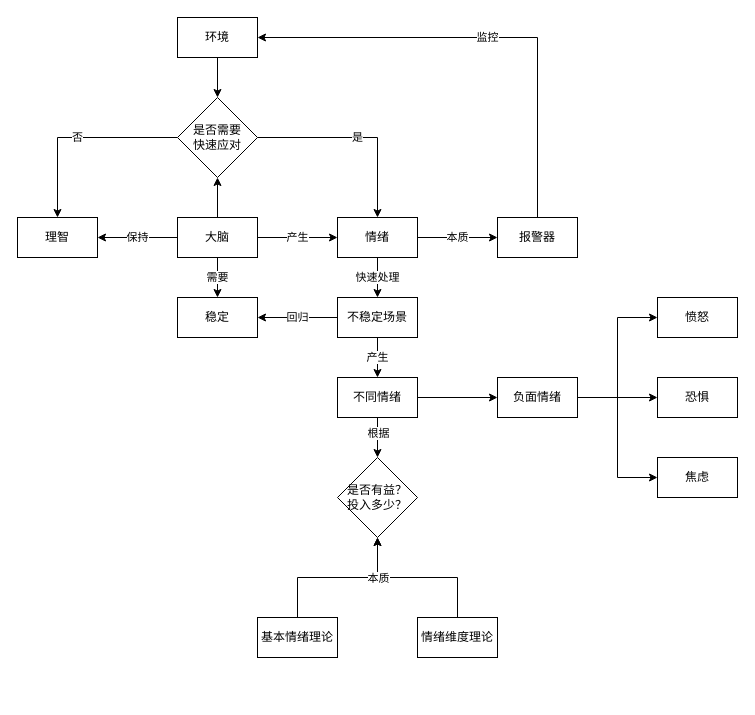
Above: 掌控情绪.drawio in youyusan/open_mind (draw.io), before the change. Source tidied: cells renumbered, new cells numbered last; positions are measured from the earlier drawing's top-left corner, leaving out a move shared by most shapes. Both pictures are drawn from the tidied source at 100%, with x=0, y=0 at pixel (17, 17).
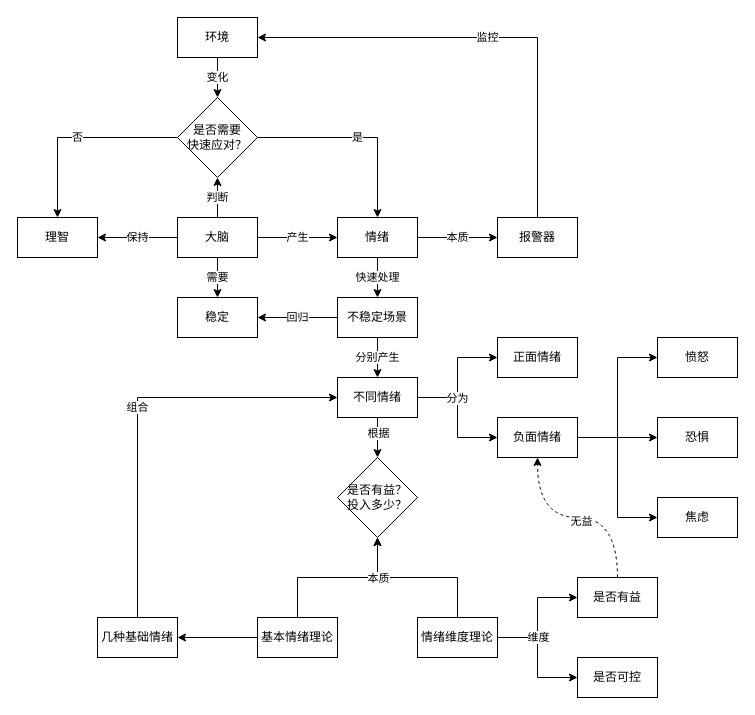
After the change.

Commit message (it also covers changes not shown here):
更新掌控情绪.drawio

The change refers to these unchanged cells:
```xml
<mxCell id="3" value="环境" style="rounded=0;whiteSpace=wrap;html=1;" parent="1" vertex="1">
  <mxGeometry x="160" width="80" height="40" as="geometry" />
</mxCell>
<mxCell id="9" value="大脑" style="rounded=0;whiteSpace=wrap;html=1;" parent="1" vertex="1">
  <mxGeometry x="160" y="200" width="80" height="40" as="geometry" />
</mxCell>
<mxCell id="20" value="不稳定场景" style="rounded=0;whiteSpace=wrap;html=1;" parent="1" vertex="1">
  <mxGeometry x="320" y="280" width="80" height="40" as="geometry" />
</mxCell>
<mxCell id="23" value="基本情绪理论" style="rounded=0;whiteSpace=wrap;html=1;" parent="1" vertex="1">
  <mxGeometry x="240" y="600" width="80" height="40" as="geometry" />
</mxCell>
<mxCell id="26" value="情绪维度理论" style="rounded=0;whiteSpace=wrap;html=1;" parent="1" vertex="1">
  <mxGeometry x="400" y="600" width="80" height="40" as="geometry" />
</mxCell>
<mxCell id="31" value="不同情绪" style="rounded=0;whiteSpace=wrap;html=1;" parent="1" vertex="1">
  <mxGeometry x="320" y="360" width="80" height="40" as="geometry" />
</mxCell>
```

What changed in the source:
```diff
@@
-    <mxCell id="2" style="edgeStyle=orthogonalEdgeStyle;rounded=0;jettySize=auto;html=1;" parent="1" edge="1" source="3" target="15">
+    <mxCell id="2" value="变化" style="edgeStyle=orthogonalEdgeStyle;rounded=0;jettySize=auto;html=1;" parent="1" edge="1" source="3" target="15">
       <mxGeometry relative="1" as="geometry" />
     </mxCell>
@@
-    <mxCell id="7" style="edgeStyle=orthogonalEdgeStyle;rounded=0;jettySize=auto;html=1;" parent="1" edge="1" source="9" target="15">
+    <mxCell id="7" value="判断" style="edgeStyle=orthogonalEdgeStyle;rounded=0;jettySize=auto;html=1;" parent="1" edge="1" source="9" target="15">
       <mxGeometry relative="1" as="geometry" />
     </mxCell>
@@
-    <mxCell id="15" value="是否需要&lt;br&gt;快速应对" style="rhombus;whiteSpace=wrap;html=1;" parent="1" vertex="1">
+    <mxCell id="15" value="是否需要&lt;br&gt;快速应对？" style="rhombus;whiteSpace=wrap;html=1;" parent="1" vertex="1">
       <mxGeometry x="160" y="80" width="80" height="80" as="geometry" />
     </mxCell>
@@
-    <mxCell id="19" value="产生" style="edgeStyle=orthogonalEdgeStyle;rounded=0;jettySize=auto;html=1;entryX=0.5;entryY=0;entryDx=0;entryDy=0;" parent="1" edge="1" source="20" target="31">
+    <mxCell id="19" value="分别产生" style="edgeStyle=orthogonalEdgeStyle;rounded=0;jettySize=auto;html=1;entryX=0.5;entryY=0;entryDx=0;entryDy=0;" parent="1" edge="1" source="20" target="31">
       <mxGeometry relative="1" as="geometry" />
     </mxCell>
@@
+    <mxCell id="39" style="edgeStyle=orthogonalEdgeStyle;rounded=0;jettySize=auto;html=1;entryX=1;entryY=0.5;entryDx=0;entryDy=0;" parent="1" edge="1" source="23" target="50">
+      <mxGeometry relative="1" as="geometry" />
+    </mxCell>
@@
+    <mxCell id="40" style="edgeStyle=orthogonalEdgeStyle;rounded=0;jettySize=auto;html=1;entryX=0;entryY=0.5;entryDx=0;entryDy=0;" parent="1" edge="1" source="26" target="47">
+      <mxGeometry relative="1" as="geometry" />
+    </mxCell>
+    <mxCell id="41" style="edgeStyle=orthogonalEdgeStyle;rounded=0;jettySize=auto;html=1;entryX=0;entryY=0.5;entryDx=0;entryDy=0;" parent="1" edge="1" source="26" target="48">
+      <mxGeometry relative="1" as="geometry" />
+    </mxCell>
+    <mxCell id="42" value="维度" style="edgeLabel;html=1;align=center;verticalAlign=middle;" parent="41" vertex="1">
+      <mxGeometry x="-0.33" relative="1" as="geometry">
+        <mxPoint y="-1" as="offset" />
+      </mxGeometry>
+    </mxCell>
@@
+    <mxCell id="43" style="edgeStyle=orthogonalEdgeStyle;rounded=0;jettySize=auto;html=1;" parent="1" edge="1" source="31" target="51">
+      <mxGeometry relative="1" as="geometry" />
+    </mxCell>
+    <mxCell id="44" value="分为" style="edgeLabel;html=1;align=center;verticalAlign=middle;" parent="43" vertex="1">
+      <mxGeometry x="-0.33" y="-2" relative="1" as="geometry">
+        <mxPoint x="-3" as="offset" />
+      </mxGeometry>
+    </mxCell>
@@
     <mxCell id="35" value="负面情绪" style="rounded=0;whiteSpace=wrap;html=1;" parent="1" vertex="1">
-      <mxGeometry x="480" y="360" width="80" height="40" as="geometry" />
+      <mxGeometry x="480" y="400" width="80" height="40" as="geometry" />
     </mxCell>
     <mxCell id="36" value="愤怒" style="rounded=0;whiteSpace=wrap;html=1;" parent="1" vertex="1">
-      <mxGeometry x="640" y="280" width="80" height="40" as="geometry" />
+      <mxGeometry x="640" y="320" width="80" height="40" as="geometry" />
     </mxCell>
     <mxCell id="37" value="恐惧" style="rounded=0;whiteSpace=wrap;html=1;" parent="1" vertex="1">
-      <mxGeometry x="640" y="360" width="80" height="40" as="geometry" />
+      <mxGeometry x="640" y="400" width="80" height="40" as="geometry" />
     </mxCell>
     <mxCell id="38" value="焦虑" style="rounded=0;whiteSpace=wrap;html=1;" parent="1" vertex="1">
-      <mxGeometry x="640" y="440" width="80" height="40" as="geometry" />
+      <mxGeometry x="640" y="480" width="80" height="40" as="geometry" />
     </mxCell>
+    <mxCell id="45" style="edgeStyle=orthogonalEdgeStyle;rounded=0;jettySize=auto;html=1;dashed=1;curved=1;" parent="1" edge="1" source="47" target="35">
+      <mxGeometry relative="1" as="geometry" />
+    </mxCell>
+    <mxCell id="46" value="无益" style="edgeLabel;html=1;align=center;verticalAlign=middle;" parent="45" vertex="1">
+      <mxGeometry x="-0.03" y="4" relative="1" as="geometry">
+        <mxPoint y="-1" as="offset" />
+      </mxGeometry>
+    </mxCell>
+    <mxCell id="47" value="是否有益" style="rounded=0;whiteSpace=wrap;html=1;" parent="1" vertex="1">
+      <mxGeometry x="560" y="560" width="80" height="40" as="geometry" />
+    </mxCell>
+    <mxCell id="48" value="是否可控" style="rounded=0;whiteSpace=wrap;html=1;" parent="1" vertex="1">
+      <mxGeometry x="560" y="640" width="80" height="40" as="geometry" />
+    </mxCell>
+    <mxCell id="49" value="组合" style="edgeStyle=orthogonalEdgeStyle;rounded=0;jettySize=auto;html=1;entryX=0;entryY=0.5;entryDx=0;entryDy=0;" parent="1" edge="1" source="50" target="31">
+      <mxGeometry relative="1" as="geometry">
+        <Array as="points">
+          <mxPoint x="120" y="380" />
+        </Array>
+      </mxGeometry>
+    </mxCell>
+    <mxCell id="50" value="几种基础情绪" style="rounded=0;whiteSpace=wrap;html=1;" parent="1" vertex="1">
+      <mxGeometry x="80" y="600" width="80" height="40" as="geometry" />
+    </mxCell>
+    <mxCell id="51" value="正面情绪" style="rounded=0;whiteSpace=wrap;html=1;" parent="1" vertex="1">
+      <mxGeometry x="480" y="320" width="80" height="40" as="geometry" />
+    </mxCell>
```
